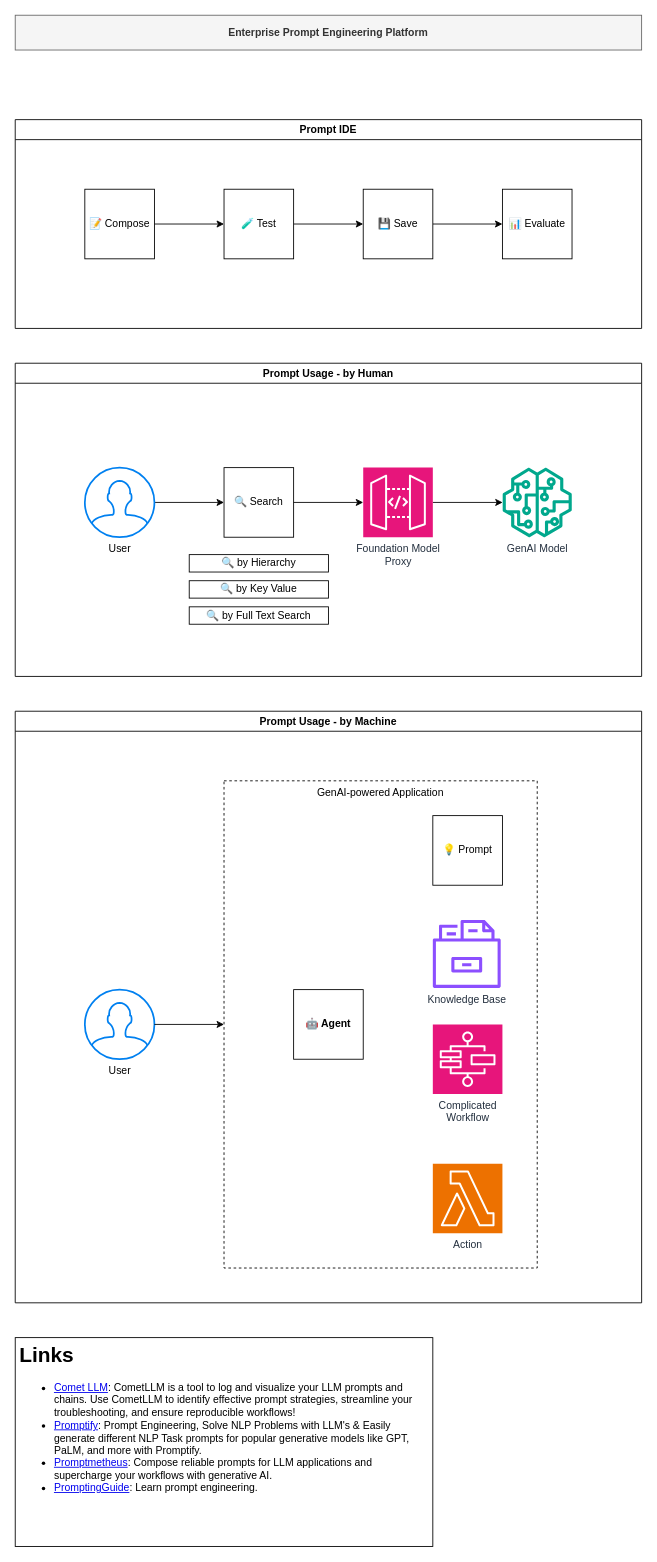
MacHu-GWU/learn_aws-project keeps this draw.io diagram as page "Prompt Usage" (5 of 7) of docs/source/Machine-Learning/Bedrock-Root/06-Prompt-Engineering-In-Enterprise/Prompt-Engineering-in-Enterprise.drawio. Above is the earlier version. Source tidied: cells renumbered, new cells numbered last; positions are measured from the earlier drawing's top-left corner, leaving out a move shared by most shapes. Both pictures are drawn from the tidied source at 87%, with x=0, y=0 at pixel (15, 15).
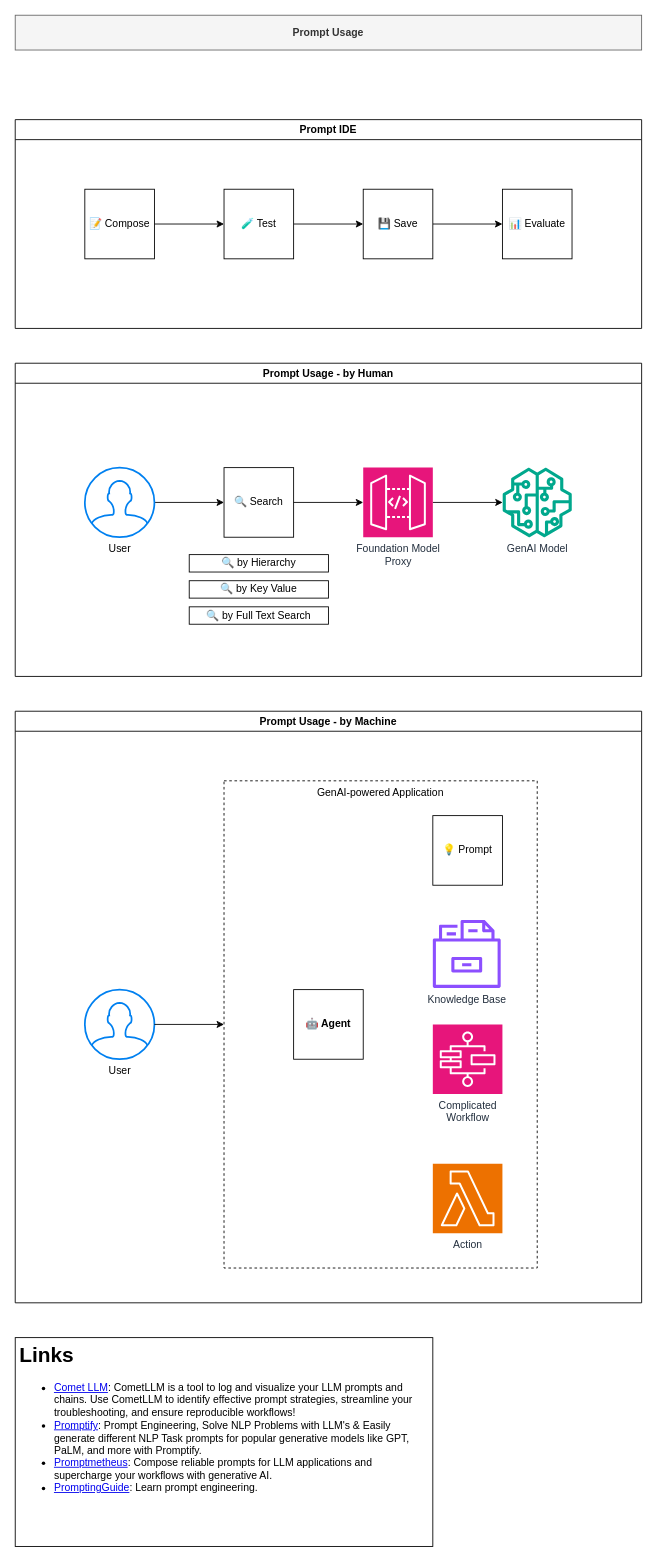
After the change.

The edit, as a diff of the source:
```diff
@@
-    <mxCell id="30" value="&lt;b&gt;Enterprise Prompt Engineering Platform&lt;/b&gt;" style="text;html=1;align=center;verticalAlign=middle;whiteSpace=wrap;rounded=0;fillColor=#f5f5f5;fontColor=#333333;strokeColor=#666666;" parent="1" vertex="1">
+    <mxCell id="30" value="&lt;b&gt;Prompt Usage&lt;/b&gt;" style="text;html=1;align=center;verticalAlign=middle;whiteSpace=wrap;rounded=0;fillColor=#f5f5f5;fontColor=#333333;strokeColor=#666666;" parent="1" vertex="1">
       <mxGeometry width="720" height="40" as="geometry" />
     </mxCell>
```
